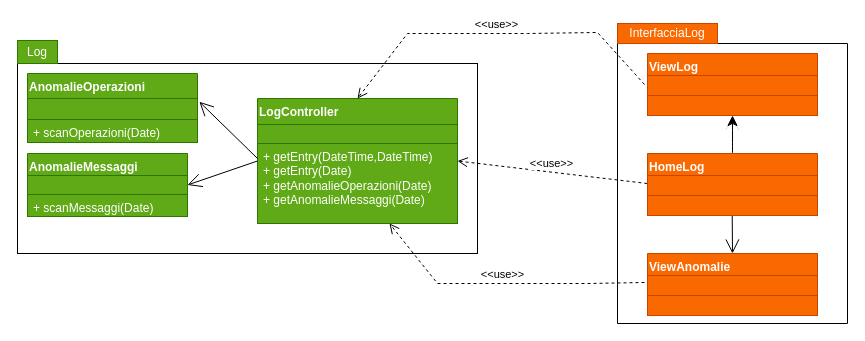
Before: Diagrammi_Package/Log_package.drawio in JosephBoom02/Progetto_Ingegneria_del_Software, a draw.io diagram. Source tidied: cells renumbered, new cells numbered last; positions are measured from the earlier drawing's top-left corner, leaving out a move shared by most shapes. Both pictures are drawn from the tidied source at 100%, with x=0, y=0 at pixel (17, 23).
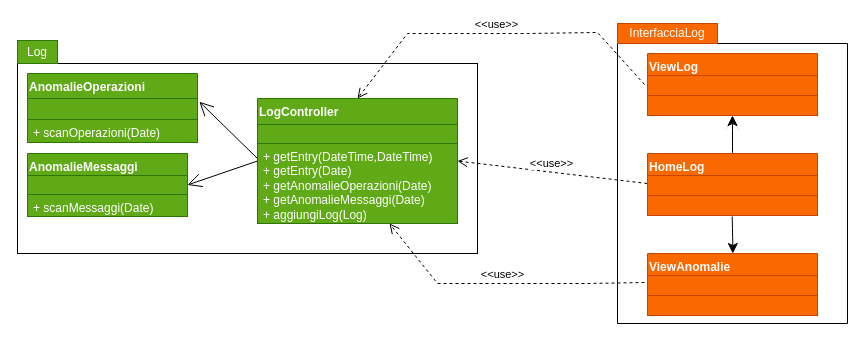
Above is the later version.

The change refers to these unchanged cells:
```xml
<mxCell id="11" value="LogController&lt;div&gt;&lt;br&gt;&lt;/div&gt;" style="swimlane;fontStyle=1;align=left;verticalAlign=top;horizontal=1;startSize=26;whiteSpace=wrap;html=1;rounded=0;fillColor=#60a917;fontColor=#ffffff;strokeColor=#2D7600;" parent="1" vertex="1">
  <mxGeometry x="240" y="75" width="200" height="125" as="geometry" />
</mxCell>
```

What changed in the source:
```diff
@@
-    <mxCell id="13" value="+ getEntry(DateTime,DateTime)&amp;nbsp;&amp;nbsp;&lt;div&gt;+ getEntry(Date)&lt;/div&gt;&lt;div&gt;+ getAnomalieOperazioni(Date)&lt;/div&gt;&lt;div&gt;+ getAnomalieMessaggi(Date)&lt;/div&gt;" style="text;strokeColor=#2D7600;fillColor=#60a917;align=left;verticalAlign=top;spacingLeft=4;spacingRight=4;overflow=hidden;points=[[0,0.5],[1,0.5]];portConstraint=eastwest;whiteSpace=wrap;html=1;fontColor=#ffffff;" parent="11" vertex="1">
+    <mxCell id="13" value="+ getEntry(DateTime,DateTime)&amp;nbsp;&amp;nbsp;&lt;div&gt;+ getEntry(Date)&lt;/div&gt;&lt;div&gt;+ getAnomalieOperazioni(Date)&lt;/div&gt;&lt;div&gt;+ getAnomalieMessaggi(Date)&lt;/div&gt;&lt;div&gt;+ aggiungiLog(Log)&lt;br&gt;&lt;/div&gt;&lt;div&gt;&lt;br&gt;&lt;/div&gt;" style="text;strokeColor=#2D7600;fillColor=#60a917;align=left;verticalAlign=top;spacingLeft=4;spacingRight=4;overflow=hidden;points=[[0,0.5],[1,0.5]];portConstraint=eastwest;whiteSpace=wrap;html=1;fontColor=#ffffff;" parent="11" vertex="1">
       <mxGeometry y="45" width="200" height="80" as="geometry" />
     </mxCell>
@@
-    <mxCell id="25" style="endArrow=open;endFill=1;endSize=12;html=1;rounded=1;exitX=0.498;exitY=0.968;exitDx=0;exitDy=0;exitPerimeter=0;fillColor=#1ba1e2;strokeColor=#000000;" parent="1" edge="1">
-      <mxGeometry relative="1" as="geometry">
-        <mxPoint x="714.7" y="187.2" as="sourcePoint" />
-        <mxPoint x="715" y="230" as="targetPoint" />
-      </mxGeometry>
-    </mxCell>
@@
+    <mxCell id="36" style="edgeStyle=none;curved=1;rounded=0;orthogonalLoop=1;jettySize=auto;html=1;fontSize=12;startSize=8;endSize=8;exitX=0.496;exitY=0.901;exitDx=0;exitDy=0;exitPerimeter=0;entryX=0.5;entryY=0;entryDx=0;entryDy=0;" parent="1" edge="1">
+      <mxGeometry relative="1" as="geometry">
+        <mxPoint x="714.7" y="193" as="sourcePoint" />
+        <mxPoint x="715.3" y="230" as="targetPoint" />
+        <Array as="points">
+          <mxPoint x="715.3" y="220" />
+        </Array>
+      </mxGeometry>
+    </mxCell>
```
